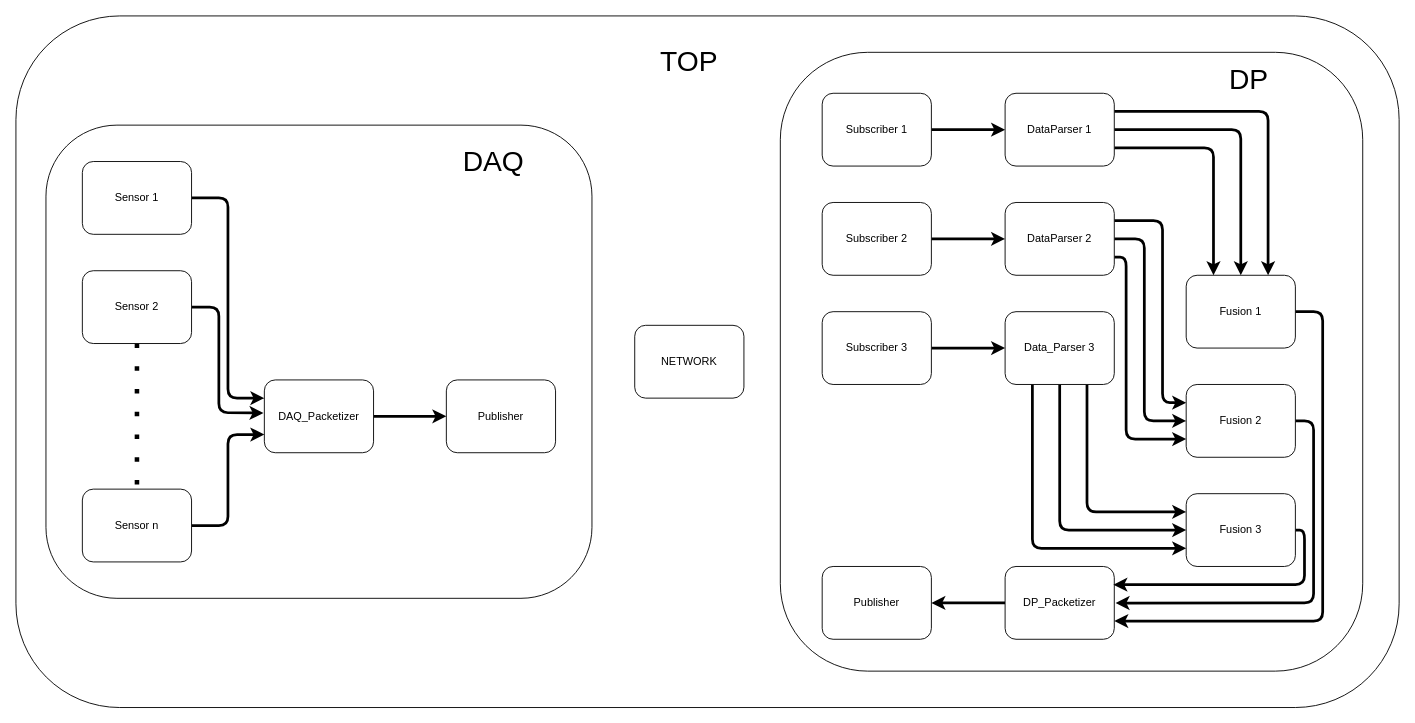
Before: Docs/BlockDiagram.drawio in Sasisekhar/DAQ_DP_Networking, a draw.io diagram. Source tidied: cells renumbered, new cells numbered last; positions are measured from the earlier drawing's top-left corner, leaving out a move shared by most shapes. Both pictures are drawn from the tidied source at 91%, with x=0, y=0 at pixel (15, 15).
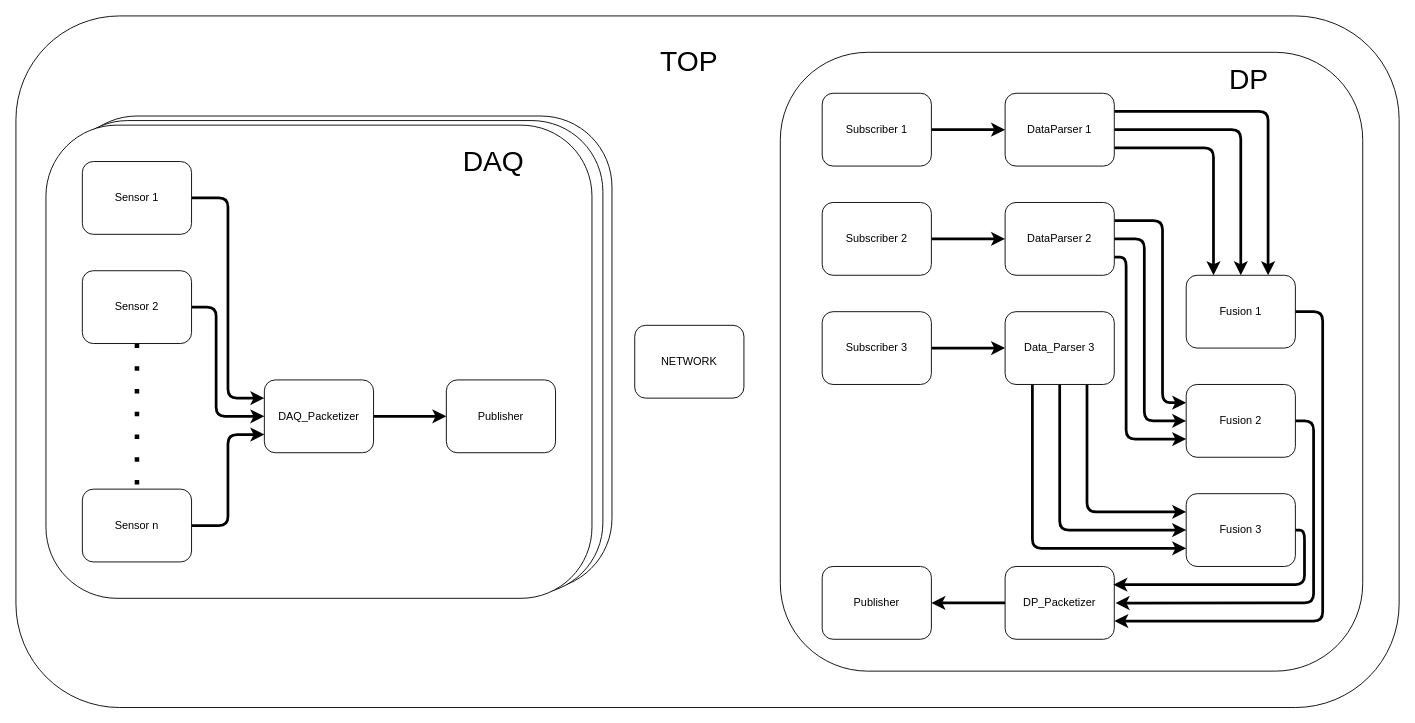
After the change.

The change refers to these unchanged cells:
```xml
<mxCell id="9" value="Sensor 2" style="rounded=1;whiteSpace=wrap;html=1;strokeWidth=1;" parent="1" vertex="1">
  <mxGeometry x="73" y="280" width="120" height="80" as="geometry" />
</mxCell>
<mxCell id="11" value="Sensor n" style="rounded=1;whiteSpace=wrap;html=1;" parent="1" vertex="1">
  <mxGeometry x="73" y="520" width="120" height="80" as="geometry" />
</mxCell>
<mxCell id="13" value="DAQ_Packetizer" style="rounded=1;whiteSpace=wrap;html=1;" parent="1" vertex="1">
  <mxGeometry x="273" y="400" width="120" height="80" as="geometry" />
</mxCell>
```

What changed in the source:
```diff
@@
+    <mxCell id="46" style="rounded=1;whiteSpace=wrap;html=1;" parent="1" vertex="1">
+      <mxGeometry x="55" y="110" width="600" height="520" as="geometry" />
+    </mxCell>
+    <mxCell id="47" style="rounded=1;whiteSpace=wrap;html=1;" parent="1" vertex="1">
+      <mxGeometry x="45" y="115" width="600" height="520" as="geometry" />
+    </mxCell>
@@
+    <mxCell id="8" style="edgeStyle=none;html=1;exitX=0.5;exitY=1;exitDx=0;exitDy=0;strokeWidth=5;dashed=1;endArrow=none;endFill=0;dashPattern=1 4;" parent="1" edge="1" source="9" target="11">
+      <mxGeometry relative="1" as="geometry" />
+    </mxCell>
-    <mxCell id="7" style="edgeStyle=none;html=1;exitX=1;exitY=0.5;exitDx=0;exitDy=0;entryX=-0.008;entryY=0.454;entryDx=0;entryDy=0;entryPerimeter=0;strokeWidth=3;" parent="1" edge="1" source="9" target="13">
+    <mxCell id="7" style="edgeStyle=orthogonalEdgeStyle;rounded=1;jettySize=auto;html=1;exitX=1;exitY=0.5;exitDx=0;exitDy=0;entryX=0;entryY=0.5;entryDx=0;entryDy=0;curved=0;strokeWidth=3;" parent="1" edge="1" source="9" target="13">
       <mxGeometry relative="1" as="geometry">
         <Array as="points">
-          <mxPoint x="223" y="320" />
-          <mxPoint x="223" y="436" />
+          <mxPoint x="220" y="320" />
+          <mxPoint x="220" y="440" />
         </Array>
       </mxGeometry>
     </mxCell>
-    <mxCell id="8" style="edgeStyle=none;html=1;exitX=0.5;exitY=1;exitDx=0;exitDy=0;strokeWidth=5;dashed=1;endArrow=none;endFill=0;dashPattern=1 4;" parent="1" edge="1" source="9" target="11">
-      <mxGeometry relative="1" as="geometry" />
-    </mxCell>
```
